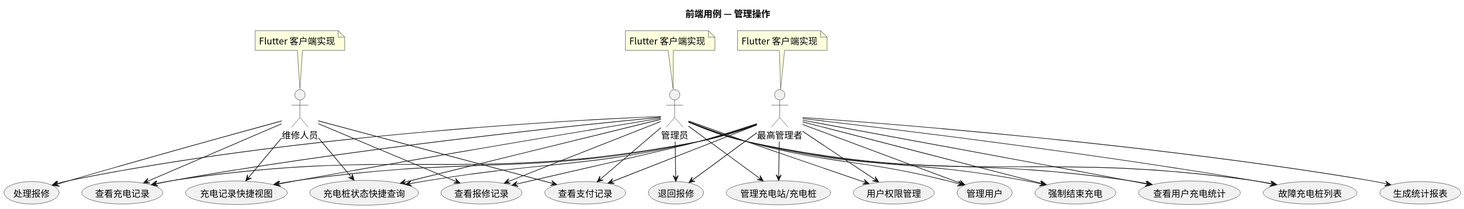
The PlantUML diagram usecase/docs/frontend/img/frontend_admin_usecases.svg in greenhandzdl/charging-station-doc, before a commit.
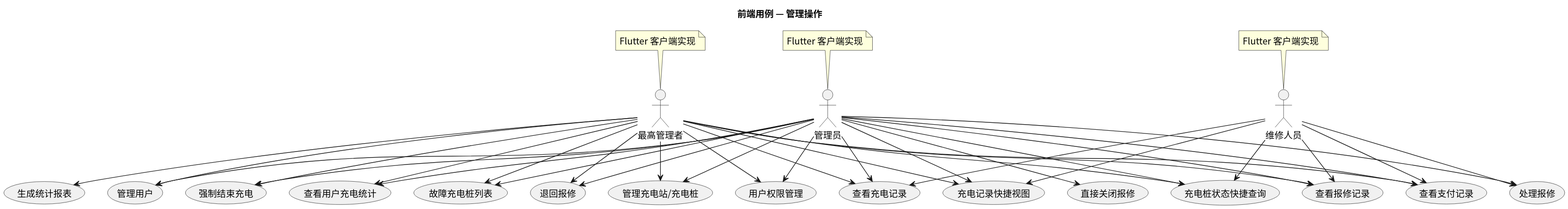
After the change.

The edit, as a diff of the source:
```diff
@@ -25,9 +25,11 @@
 usecase "充电记录快捷视图" as QV
 usecase "查看用户充电统计" as UCS
 usecase "故障充电桩列表" as FCL
+usecase "直接关闭报修" as DCR
 usecase "退回报修" as RR
 
 A --> HR
+A --> DCR
 A --> VR
 A --> MM
 A --> PM
```
